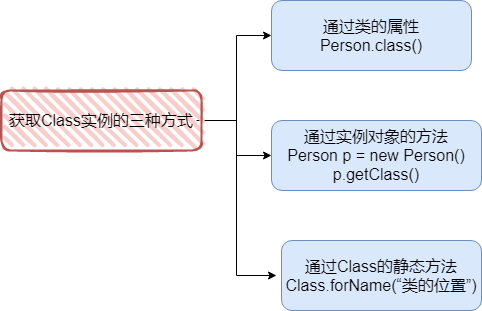
Before: Java/反射.png, a diagram exported from draw.io (kusuzi/LearnJava). Source tidied: cells renumbered, new cells last; positions are measured from the earlier drawing's top-left corner, leaving out a move shared by most shapes.
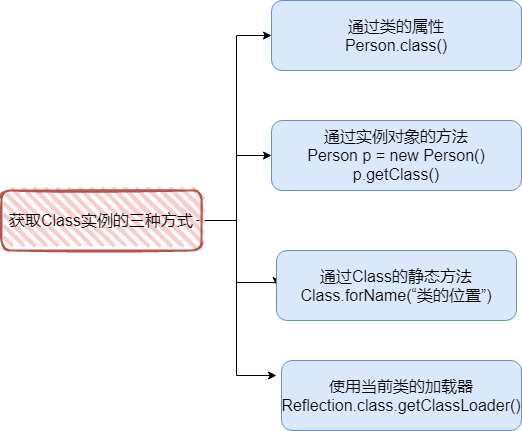
After the change.

What changed in the source:
```diff
@@ -18,17 +18,30 @@
         </Array>
       </mxGeometry>
     </mxCell>
+    <mxCell id="9" style="edgeStyle=orthogonalEdgeStyle;rounded=0;jettySize=auto;html=1;entryX=0;entryY=0.5;entryDx=0;entryDy=0;fontSize=16;" parent="1" edge="1" target="8">
+      <mxGeometry relative="1" as="geometry">
+        <mxPoint x="195" y="120" as="sourcePoint" />
+        <Array as="points">
+          <mxPoint x="235" y="120" />
+          <mxPoint x="235" y="182" />
+          <mxPoint x="275" y="182" />
+        </Array>
+      </mxGeometry>
+    </mxCell>
     <mxCell id="5" value="获取Class实例的三种方式&lt;br style=&quot;font-size: 16px;&quot;&gt;" style="rounded=1;whiteSpace=wrap;html=1;strokeWidth=2;fillWeight=4;hachureGap=8;hachureAngle=45;fillColor=#f8cecc;sketch=1;strokeColor=#b85450;fontSize=16;" parent="1" vertex="1">
       <mxGeometry y="90" width="200" height="60" as="geometry" />
     </mxCell>
     <mxCell id="6" value="通过类的属性&lt;br style=&quot;font-size: 16px;&quot;&gt;Person.class()" style="rounded=1;whiteSpace=wrap;html=1;fillColor=#dae8fc;strokeColor=#6c8ebf;fontSize=16;" parent="1" vertex="1">
-      <mxGeometry x="270" width="200" height="70" as="geometry" />
+      <mxGeometry x="270" y="-100" width="250" height="70" as="geometry" />
     </mxCell>
     <mxCell id="7" value="通过实例对象的方法&lt;br style=&quot;font-size: 16px;&quot;&gt;Person p = new Person()&lt;br style=&quot;font-size: 16px;&quot;&gt;p.getClass()" style="rounded=1;whiteSpace=wrap;html=1;strokeColor=#6c8ebf;fillColor=#dae8fc;fontSize=16;" parent="1" vertex="1">
-      <mxGeometry x="270" y="120" width="210" height="70" as="geometry" />
+      <mxGeometry x="270" y="20" width="250" height="70" as="geometry" />
     </mxCell>
     <mxCell id="8" value="通过Class的静态方法&lt;br style=&quot;font-size: 16px;&quot;&gt;Class.forName(“类的位置”)" style="rounded=1;whiteSpace=wrap;html=1;strokeColor=#6c8ebf;fillColor=#dae8fc;fontSize=16;" parent="1" vertex="1">
-      <mxGeometry x="280" y="240" width="200" height="70" as="geometry" />
+      <mxGeometry x="275" y="150" width="240" height="70" as="geometry" />
     </mxCell>
+    <mxCell id="10" value="使用当前类的加载器&lt;br&gt;Reflection.class.getClassLoader()" style="rounded=1;whiteSpace=wrap;html=1;strokeColor=#6c8ebf;fillColor=#dae8fc;fontSize=16;" parent="1" vertex="1">
+      <mxGeometry x="280" y="260" width="240" height="70" as="geometry" />
+    </mxCell>
   </root>
 </mxGraphModel>
```
